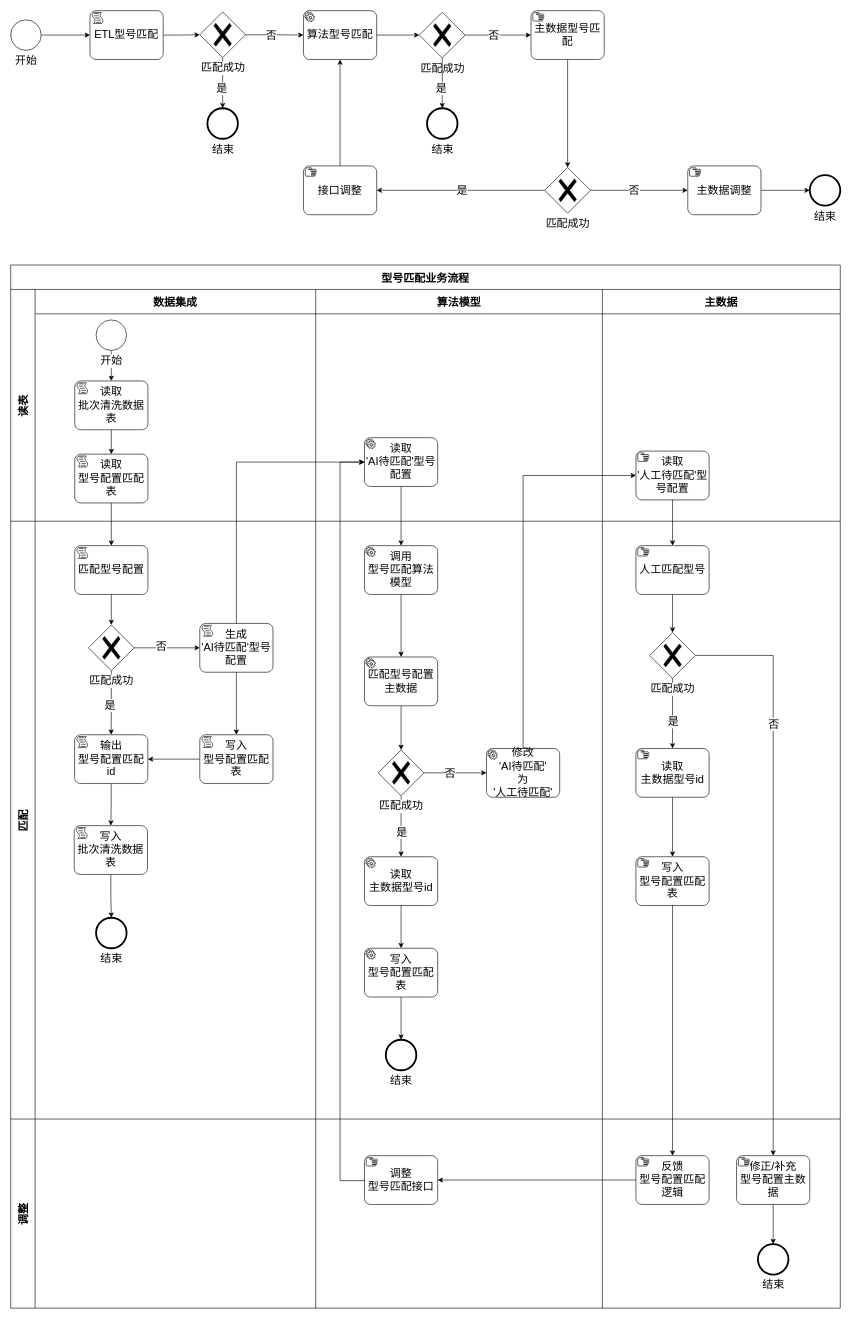
Before: page "流程" (1 of 2) of 型号匹配流程优化.drawio in wangzijia122/drawio_repository, a draw.io diagram. Source tidied: cells renumbered, new cells numbered last; positions are measured from the earlier drawing's top-left corner, leaving out a move shared by most shapes. Both pictures are drawn from the tidied source at 61%, with x=0, y=0 at pixel (10, 10).
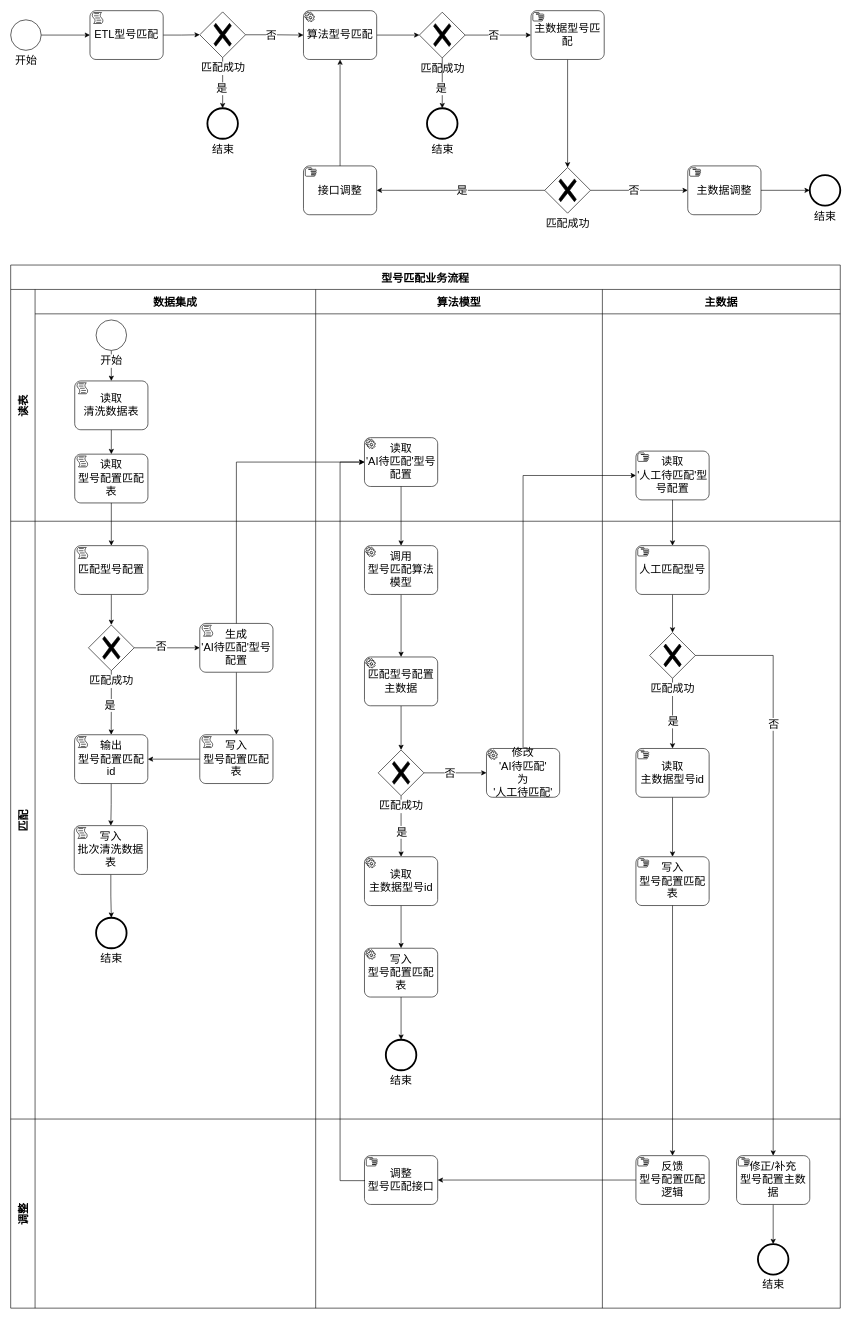
The same diagram, later.

Commit message:
更新型号匹配流程优化.drawio

The change refers to these unchanged cells:
```xml
<mxCell id="4" value="数据集成" style="swimlane;swimlaneHead=0;swimlaneBody=0;fontStyle=1;strokeColor=inherit;fillColor=none;startSize=40;fontSize=18;" parent="3" vertex="1">
  <mxGeometry x="40" width="460" height="380" as="geometry" />
</mxCell>
```

Diff of the diagram source:
```diff
@@
-    <mxCell id="8" value="读取&lt;br style=&quot;font-size: 18px;&quot;&gt;批次清洗数据表" style="points=[[0.25,0,0],[0.5,0,0],[0.75,0,0],[1,0.25,0],[1,0.5,0],[1,0.75,0],[0.75,1,0],[0.5,1,0],[0.25,1,0],[0,0.75,0],[0,0.5,0],[0,0.25,0]];shape=mxgraph.bpmn.task;whiteSpace=wrap;rectStyle=rounded;size=10;html=1;taskMarker=script;fontSize=18;" parent="4" vertex="1">
+    <mxCell id="8" value="读取&lt;br style=&quot;font-size: 18px;&quot;&gt;清洗数据表" style="points=[[0.25,0,0],[0.5,0,0],[0.75,0,0],[1,0.25,0],[1,0.5,0],[1,0.75,0],[0.75,1,0],[0.5,1,0],[0.25,1,0],[0,0.75,0],[0,0.5,0],[0,0.25,0]];shape=mxgraph.bpmn.task;whiteSpace=wrap;rectStyle=rounded;size=10;html=1;taskMarker=script;fontSize=18;" parent="4" vertex="1">
       <mxGeometry x="65" y="150" width="120" height="80" as="geometry" />
     </mxCell>
```
